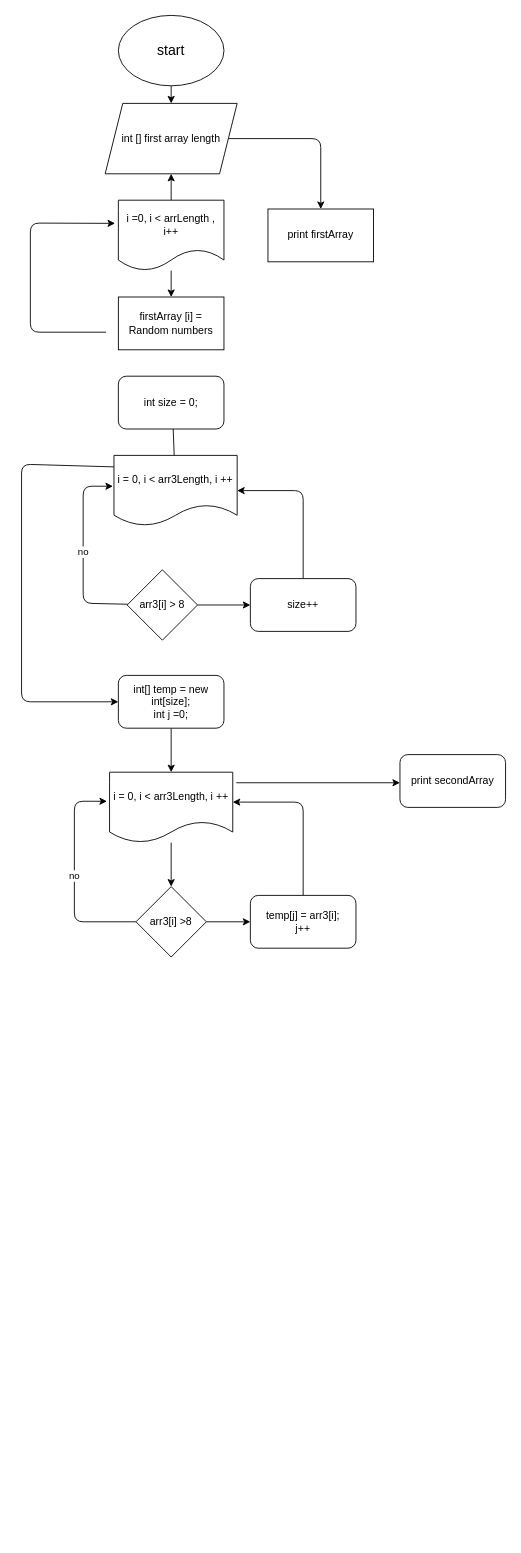
The draw.io diagram practicum.drawio in hott22/Practicum, before the edit. Source tidied: cells renumbered, new cells numbered last; positions are measured from the earlier drawing's top-left corner, leaving out a move shared by most shapes. Both pictures are drawn from the tidied source at 88%, with x=0, y=0 at pixel (21, 15).
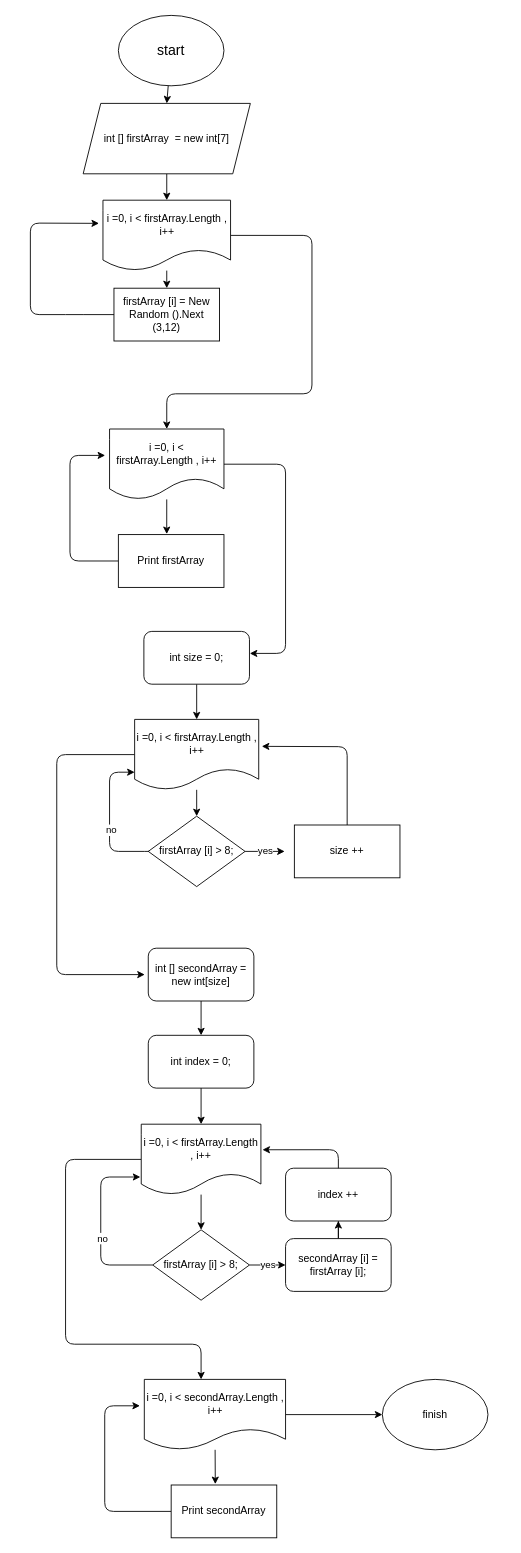
The same diagram, later.

What changed in the source:
```diff
@@
-    <mxCell id="4" style="edgeStyle=none;html=1;entryX=0.5;entryY=0;entryDx=0;entryDy=0;" parent="1" edge="1" source="5" target="17">
-      <mxGeometry relative="1" as="geometry">
-        <Array as="points">
-          <mxPoint x="340" y="140" />
-        </Array>
-      </mxGeometry>
-    </mxCell>
+    <mxCell id="32" style="edgeStyle=none;html=1;entryX=0.5;entryY=0;entryDx=0;entryDy=0;" parent="1" edge="1" source="5" target="8">
+      <mxGeometry relative="1" as="geometry" />
+    </mxCell>
-    <mxCell id="5" value="int [] first array length" style="shape=parallelogram;perimeter=parallelogramPerimeter;whiteSpace=wrap;html=1;fixedSize=1;" parent="1" vertex="1">
-      <mxGeometry x="95" y="100" width="150" height="80" as="geometry" />
+    <mxCell id="5" value="int [] firstArray&amp;nbsp; = new int[7]" style="shape=parallelogram;perimeter=parallelogramPerimeter;whiteSpace=wrap;html=1;fixedSize=1;" parent="1" vertex="1">
+      <mxGeometry x="70" y="100" width="190" height="80" as="geometry" />
     </mxCell>
@@
-    <mxCell id="7" style="edgeStyle=none;html=1;entryX=0.5;entryY=1;entryDx=0;entryDy=0;" parent="1" edge="1" source="8" target="5">
-      <mxGeometry relative="1" as="geometry" />
-    </mxCell>
+    <mxCell id="33" style="edgeStyle=none;html=1;entryX=0.5;entryY=0;entryDx=0;entryDy=0;" parent="1" edge="1" source="8" target="36">
+      <mxGeometry relative="1" as="geometry">
+        <Array as="points">
+          <mxPoint x="330" y="250" />
+          <mxPoint x="330" y="430" />
+          <mxPoint x="165" y="430" />
+        </Array>
+      </mxGeometry>
+    </mxCell>
-    <mxCell id="8" value="i =0, i &amp;lt; arrLength , i++" style="shape=document;whiteSpace=wrap;html=1;boundedLbl=1;" parent="1" vertex="1">
-      <mxGeometry x="110" y="210" width="120" height="80" as="geometry" />
+    <mxCell id="8" value="i =0, i &amp;lt; firstArray.Length , i++" style="shape=document;whiteSpace=wrap;html=1;boundedLbl=1;" parent="1" vertex="1">
+      <mxGeometry x="92.5" y="210" width="145" height="80" as="geometry" />
     </mxCell>
-    <mxCell id="9" value="firstArray [i] = Random numbers" style="rounded=0;whiteSpace=wrap;html=1;" parent="1" vertex="1">
-      <mxGeometry x="110" y="320" width="120" height="60" as="geometry" />
+    <mxCell id="9" value="firstArray [i] = New Random ().Next (3,12)" style="rounded=0;whiteSpace=wrap;html=1;" parent="1" vertex="1">
+      <mxGeometry x="105" y="310" width="120" height="60" as="geometry" />
     </mxCell>
-    <mxCell id="10" style="edgeStyle=none;html=1;entryX=-0.031;entryY=0.329;entryDx=0;entryDy=0;entryPerimeter=0;" parent="1" edge="1" target="8">
+    <mxCell id="10" style="edgeStyle=none;html=1;entryX=-0.031;entryY=0.329;entryDx=0;entryDy=0;entryPerimeter=0;exitX=0;exitY=0.5;exitDx=0;exitDy=0;" parent="1" edge="1" source="9" target="8">
       <mxGeometry relative="1" as="geometry">
-        <mxPoint x="96" y="360" as="sourcePoint" />
         <Array as="points">
-          <mxPoint x="10" y="360" />
+          <mxPoint x="60" y="340" />
+          <mxPoint x="10" y="340" />
           <mxPoint x="10" y="236" />
         </Array>
       </mxGeometry>
     </mxCell>
-    <mxCell id="11" style="edgeStyle=none;html=1;entryX=0.5;entryY=0;entryDx=0;entryDy=0;" parent="1" edge="1" source="13" target="18">
-      <mxGeometry relative="1" as="geometry" />
-    </mxCell>
-    <mxCell id="12" style="edgeStyle=none;html=1;entryX=0;entryY=0.5;entryDx=0;entryDy=0;exitX=0;exitY=0.163;exitDx=0;exitDy=0;exitPerimeter=0;" parent="1" edge="1" source="13" target="22">
+    <mxCell id="12" style="edgeStyle=none;html=1;entryX=0;entryY=0.5;entryDx=0;entryDy=0;exitX=0;exitY=0.163;exitDx=0;exitDy=0;exitPerimeter=0;" parent="1" edge="1">
       <mxGeometry relative="1" as="geometry">
+        <mxPoint x="105" y="693" as="sourcePoint" />
         <Array as="points">
-          <mxPoint y="510" />
-          <mxPoint y="780" />
+          <mxPoint y="690" />
+          <mxPoint y="960" />
         </Array>
       </mxGeometry>
     </mxCell>
-    <mxCell id="13" value="i = 0, i &amp;lt; arr3Length, i ++" style="shape=document;whiteSpace=wrap;html=1;boundedLbl=1;" parent="1" vertex="1">
-      <mxGeometry x="105" y="500" width="140" height="80" as="geometry" />
-    </mxCell>
-    <mxCell id="14" value="no" style="edgeStyle=none;html=1;entryX=-0.008;entryY=0.438;entryDx=0;entryDy=0;entryPerimeter=0;" parent="1" edge="1" source="16" target="13">
-      <mxGeometry relative="1" as="geometry">
-        <Array as="points">
-          <mxPoint x="70" y="668" />
-          <mxPoint x="70" y="535" />
-        </Array>
-      </mxGeometry>
-    </mxCell>
-    <mxCell id="15" style="edgeStyle=none;html=1;entryX=0;entryY=0.5;entryDx=0;entryDy=0;" parent="1" edge="1" source="16" target="20">
-      <mxGeometry relative="1" as="geometry" />
-    </mxCell>
-    <mxCell id="16" value="arr3[i] &amp;gt; 8" style="rhombus;whiteSpace=wrap;html=1;" parent="1" vertex="1">
-      <mxGeometry x="120" y="630" width="80" height="80" as="geometry" />
-    </mxCell>
-    <mxCell id="17" value="print firstArray" style="rounded=0;whiteSpace=wrap;html=1;" parent="1" vertex="1">
-      <mxGeometry x="280" y="220" width="120" height="60" as="geometry" />
-    </mxCell>
+    <mxCell id="34" style="edgeStyle=none;html=1;entryX=0.458;entryY=-0.01;entryDx=0;entryDy=0;entryPerimeter=0;" parent="1" edge="1" source="36" target="38">
+      <mxGeometry relative="1" as="geometry" />
+    </mxCell>
+    <mxCell id="35" style="edgeStyle=none;html=1;entryX=1.003;entryY=0.417;entryDx=0;entryDy=0;entryPerimeter=0;" parent="1" edge="1" source="36" target="18">
+      <mxGeometry relative="1" as="geometry">
+        <Array as="points">
+          <mxPoint x="300" y="510" />
+          <mxPoint x="300" y="725" />
+        </Array>
+      </mxGeometry>
+    </mxCell>
+    <mxCell id="36" value="&lt;span&gt;i =0, i &amp;lt; firstArray.Length , i++&lt;/span&gt;" style="shape=document;whiteSpace=wrap;html=1;boundedLbl=1;" parent="1" vertex="1">
+      <mxGeometry x="100" y="470" width="130" height="80" as="geometry" />
+    </mxCell>
+    <mxCell id="37" style="edgeStyle=none;html=1;" parent="1" edge="1" source="38">
+      <mxGeometry relative="1" as="geometry">
+        <mxPoint x="95" y="500" as="targetPoint" />
+        <Array as="points">
+          <mxPoint x="55" y="620" />
+          <mxPoint x="55" y="500" />
+        </Array>
+      </mxGeometry>
+    </mxCell>
+    <mxCell id="38" value="Print firstArray" style="rounded=0;whiteSpace=wrap;html=1;" parent="1" vertex="1">
+      <mxGeometry x="110" y="590" width="120" height="60" as="geometry" />
+    </mxCell>
+    <mxCell id="39" style="edgeStyle=none;html=1;entryX=0.5;entryY=0;entryDx=0;entryDy=0;" parent="1" edge="1" source="40" target="52">
+      <mxGeometry relative="1" as="geometry" />
+    </mxCell>
+    <mxCell id="40" value="int [] secondArray = new int[size]" style="rounded=1;whiteSpace=wrap;html=1;" parent="1" vertex="1">
+      <mxGeometry x="144" y="1060" width="120" height="60" as="geometry" />
+    </mxCell>
+    <mxCell id="41" style="edgeStyle=none;html=1;entryX=0.5;entryY=0;entryDx=0;entryDy=0;" parent="1" edge="1" source="18" target="44">
+      <mxGeometry relative="1" as="geometry" />
+    </mxCell>
     <mxCell id="18" value="int size = 0;" style="rounded=1;whiteSpace=wrap;html=1;" parent="1" vertex="1">
-      <mxGeometry x="110" y="410" width="120" height="60" as="geometry" />
+      <mxGeometry x="139" y="700" width="120" height="60" as="geometry" />
     </mxCell>
-    <mxCell id="19" style="edgeStyle=none;html=1;entryX=1;entryY=0.5;entryDx=0;entryDy=0;" parent="1" edge="1" source="20" target="13">
-      <mxGeometry relative="1" as="geometry">
-        <Array as="points">
-          <mxPoint x="320" y="540" />
-        </Array>
-      </mxGeometry>
-    </mxCell>
-    <mxCell id="20" value="size++" style="rounded=1;whiteSpace=wrap;html=1;" parent="1" vertex="1">
-      <mxGeometry x="260" y="640" width="120" height="60" as="geometry" />
-    </mxCell>
-    <mxCell id="21" style="edgeStyle=none;html=1;entryX=0.5;entryY=0;entryDx=0;entryDy=0;" parent="1" edge="1" source="22" target="25">
-      <mxGeometry relative="1" as="geometry" />
-    </mxCell>
-    <mxCell id="22" value="int[] temp = new int[size];&lt;br&gt;int j =0;" style="rounded=1;whiteSpace=wrap;html=1;" parent="1" vertex="1">
-      <mxGeometry x="110" y="750" width="120" height="60" as="geometry" />
-    </mxCell>
-    <mxCell id="23" style="edgeStyle=none;html=1;entryX=0.5;entryY=0;entryDx=0;entryDy=0;" parent="1" edge="1" source="25" target="28">
-      <mxGeometry relative="1" as="geometry" />
-    </mxCell>
-    <mxCell id="24" style="edgeStyle=none;html=1;exitX=1.029;exitY=0.15;exitDx=0;exitDy=0;exitPerimeter=0;" parent="1" edge="1" source="25">
-      <mxGeometry relative="1" as="geometry">
-        <mxPoint x="430" y="872" as="targetPoint" />
-      </mxGeometry>
-    </mxCell>
-    <mxCell id="25" value="&lt;span&gt;i = 0, i &amp;lt; arr3Length, i ++&lt;/span&gt;" style="shape=document;whiteSpace=wrap;html=1;boundedLbl=1;" parent="1" vertex="1">
-      <mxGeometry x="100" y="860" width="140" height="80" as="geometry" />
-    </mxCell>
-    <mxCell id="26" value="no" style="edgeStyle=none;html=1;entryX=-0.021;entryY=0.413;entryDx=0;entryDy=0;entryPerimeter=0;" parent="1" edge="1" source="28" target="25">
-      <mxGeometry relative="1" as="geometry">
-        <Array as="points">
-          <mxPoint x="60" y="1030" />
-          <mxPoint x="60" y="893" />
-        </Array>
-      </mxGeometry>
-    </mxCell>
-    <mxCell id="27" style="edgeStyle=none;html=1;entryX=0;entryY=0.5;entryDx=0;entryDy=0;" parent="1" edge="1" source="28" target="30">
-      <mxGeometry relative="1" as="geometry" />
-    </mxCell>
-    <mxCell id="28" value="arr3[i] &amp;gt;8" style="rhombus;whiteSpace=wrap;html=1;" parent="1" vertex="1">
-      <mxGeometry x="130" y="990" width="80" height="80" as="geometry" />
-    </mxCell>
-    <mxCell id="29" style="edgeStyle=none;html=1;entryX=1;entryY=0.425;entryDx=0;entryDy=0;entryPerimeter=0;" parent="1" edge="1" source="30" target="25">
-      <mxGeometry relative="1" as="geometry">
-        <Array as="points">
-          <mxPoint x="320" y="894" />
-        </Array>
-      </mxGeometry>
-    </mxCell>
-    <mxCell id="30" value="temp[j] = arr3[i];&lt;br&gt;j++" style="rounded=1;whiteSpace=wrap;html=1;" parent="1" vertex="1">
-      <mxGeometry x="260" y="1000" width="120" height="60" as="geometry" />
-    </mxCell>
-    <mxCell id="31" value="print secondArray" style="rounded=1;whiteSpace=wrap;html=1;" parent="1" vertex="1">
-      <mxGeometry x="430" y="840" width="120" height="60" as="geometry" />
-    </mxCell>
+    <mxCell id="42" style="edgeStyle=none;html=1;entryX=0.5;entryY=0;entryDx=0;entryDy=0;" parent="1" edge="1" source="44" target="48">
+      <mxGeometry relative="1" as="geometry" />
+    </mxCell>
+    <mxCell id="43" style="edgeStyle=none;html=1;" parent="1" edge="1" source="44">
+      <mxGeometry relative="1" as="geometry">
+        <mxPoint x="140" y="1090" as="targetPoint" />
+        <Array as="points">
+          <mxPoint x="40" y="840" />
+          <mxPoint x="40" y="1090" />
+        </Array>
+      </mxGeometry>
+    </mxCell>
+    <mxCell id="44" value="&lt;span&gt;i =0, i &amp;lt; firstArray.Length , i++&lt;/span&gt;" style="shape=document;whiteSpace=wrap;html=1;boundedLbl=1;" parent="1" vertex="1">
+      <mxGeometry x="128.5" y="800" width="141" height="80" as="geometry" />
+    </mxCell>
+    <mxCell id="45" style="edgeStyle=none;html=1;entryX=0;entryY=0.75;entryDx=0;entryDy=0;" parent="1" edge="1" source="48" target="44">
+      <mxGeometry relative="1" as="geometry">
+        <Array as="points">
+          <mxPoint x="150" y="950" />
+          <mxPoint x="100" y="950" />
+          <mxPoint x="100" y="860" />
+        </Array>
+      </mxGeometry>
+    </mxCell>
+    <mxCell id="46" value="no" style="edgeLabel;html=1;align=center;verticalAlign=middle;" parent="45" vertex="1">
+      <mxGeometry x="-0.07" y="-1" relative="1" as="geometry" />
+    </mxCell>
+    <mxCell id="47" value="yes" style="edgeStyle=none;html=1;entryX=0;entryY=0.5;entryDx=0;entryDy=0;" parent="1" edge="1" source="48">
+      <mxGeometry relative="1" as="geometry">
+        <mxPoint x="299" y="950" as="targetPoint" />
+      </mxGeometry>
+    </mxCell>
+    <mxCell id="48" value="firstArray [i] &amp;gt; 8;" style="rhombus;whiteSpace=wrap;html=1;" parent="1" vertex="1">
+      <mxGeometry x="144" y="910" width="110" height="80" as="geometry" />
+    </mxCell>
+    <mxCell id="49" style="edgeStyle=none;html=1;entryX=1.025;entryY=0.383;entryDx=0;entryDy=0;entryPerimeter=0;exitX=0.5;exitY=0;exitDx=0;exitDy=0;" parent="1" edge="1" source="50" target="44">
+      <mxGeometry relative="1" as="geometry">
+        <Array as="points">
+          <mxPoint x="370" y="831" />
+        </Array>
+      </mxGeometry>
+    </mxCell>
+    <mxCell id="50" value="size ++" style="rounded=0;whiteSpace=wrap;html=1;" parent="1" vertex="1">
+      <mxGeometry x="310" y="920" width="120" height="60" as="geometry" />
+    </mxCell>
+    <mxCell id="51" style="edgeStyle=none;html=1;entryX=0.5;entryY=0;entryDx=0;entryDy=0;" parent="1" edge="1" source="52" target="55">
+      <mxGeometry relative="1" as="geometry" />
+    </mxCell>
+    <mxCell id="52" value="int index = 0;" style="rounded=1;whiteSpace=wrap;html=1;" parent="1" vertex="1">
+      <mxGeometry x="144" y="1159" width="120" height="60" as="geometry" />
+    </mxCell>
+    <mxCell id="53" style="edgeStyle=none;html=1;entryX=0.5;entryY=0;entryDx=0;entryDy=0;" parent="1" edge="1" source="55" target="59">
+      <mxGeometry relative="1" as="geometry" />
+    </mxCell>
+    <mxCell id="54" style="edgeStyle=none;html=1;" parent="1" edge="1" source="55">
+      <mxGeometry relative="1" as="geometry">
+        <mxPoint x="204" y="1550" as="targetPoint" />
+        <Array as="points">
+          <mxPoint x="50" y="1300" />
+          <mxPoint x="50" y="1510" />
+          <mxPoint x="204" y="1510" />
+        </Array>
+      </mxGeometry>
+    </mxCell>
+    <mxCell id="55" value="&lt;span&gt;i =0, i &amp;lt; firstArray.Length , i++&lt;/span&gt;" style="shape=document;whiteSpace=wrap;html=1;boundedLbl=1;" parent="1" vertex="1">
+      <mxGeometry x="136" y="1260" width="136" height="80" as="geometry" />
+    </mxCell>
+    <mxCell id="56" style="edgeStyle=none;html=1;" parent="1" edge="1" source="59">
+      <mxGeometry relative="1" as="geometry">
+        <mxPoint x="135" y="1320" as="targetPoint" />
+        <Array as="points">
+          <mxPoint x="90" y="1420" />
+          <mxPoint x="90" y="1320" />
+        </Array>
+      </mxGeometry>
+    </mxCell>
+    <mxCell id="57" value="no" style="edgeLabel;html=1;align=center;verticalAlign=middle;" parent="56" vertex="1">
+      <mxGeometry x="-0.12" y="-1" relative="1" as="geometry" />
+    </mxCell>
+    <mxCell id="58" value="yes" style="edgeStyle=none;html=1;entryX=0;entryY=0.5;entryDx=0;entryDy=0;" parent="1" edge="1" source="59" target="62">
+      <mxGeometry relative="1" as="geometry" />
+    </mxCell>
+    <mxCell id="59" value="firstArray [i] &amp;gt; 8;" style="rhombus;whiteSpace=wrap;html=1;" parent="1" vertex="1">
+      <mxGeometry x="149" y="1380" width="110" height="80" as="geometry" />
+    </mxCell>
+    <mxCell id="60" style="edgeStyle=none;html=1;entryX=1.013;entryY=0.363;entryDx=0;entryDy=0;entryPerimeter=0;" parent="1" edge="1" source="62" target="55">
+      <mxGeometry relative="1" as="geometry">
+        <Array as="points">
+          <mxPoint x="360" y="1289" />
+        </Array>
+      </mxGeometry>
+    </mxCell>
+    <mxCell id="61" style="edgeStyle=none;html=1;" parent="1" edge="1" source="62">
+      <mxGeometry relative="1" as="geometry">
+        <mxPoint x="360" y="1370" as="targetPoint" />
+      </mxGeometry>
+    </mxCell>
+    <mxCell id="62" value="secondArray [i] = firstArray [i];" style="rounded=1;whiteSpace=wrap;html=1;" parent="1" vertex="1">
+      <mxGeometry x="300" y="1390" width="120" height="60" as="geometry" />
+    </mxCell>
+    <mxCell id="63" value="index ++" style="rounded=1;whiteSpace=wrap;html=1;" parent="1" vertex="1">
+      <mxGeometry x="300" y="1310" width="120" height="60" as="geometry" />
+    </mxCell>
+    <mxCell id="64" style="edgeStyle=none;html=1;entryX=0.418;entryY=-0.017;entryDx=0;entryDy=0;entryPerimeter=0;" parent="1" edge="1" source="66" target="68">
+      <mxGeometry relative="1" as="geometry" />
+    </mxCell>
+    <mxCell id="65" style="edgeStyle=none;html=1;entryX=0;entryY=0.5;entryDx=0;entryDy=0;" parent="1" edge="1" source="66" target="69">
+      <mxGeometry relative="1" as="geometry" />
+    </mxCell>
+    <mxCell id="66" value="&lt;span&gt;i =0, i &amp;lt; secondArray.Length , i++&lt;/span&gt;" style="shape=document;whiteSpace=wrap;html=1;boundedLbl=1;" parent="1" vertex="1">
+      <mxGeometry x="139.5" y="1550" width="160.5" height="80" as="geometry" />
+    </mxCell>
+    <mxCell id="67" style="edgeStyle=none;html=1;" parent="1" edge="1" source="68">
+      <mxGeometry relative="1" as="geometry">
+        <mxPoint x="134.5" y="1580" as="targetPoint" />
+        <Array as="points">
+          <mxPoint x="94.5" y="1700" />
+          <mxPoint x="94.5" y="1580" />
+        </Array>
+      </mxGeometry>
+    </mxCell>
+    <mxCell id="68" value="Print secondArray" style="rounded=0;whiteSpace=wrap;html=1;" parent="1" vertex="1">
+      <mxGeometry x="170" y="1670" width="120" height="60" as="geometry" />
+    </mxCell>
+    <mxCell id="69" value="finish" style="ellipse;whiteSpace=wrap;html=1;" parent="1" vertex="1">
+      <mxGeometry x="410" y="1550" width="120" height="80" as="geometry" />
+    </mxCell>
```
